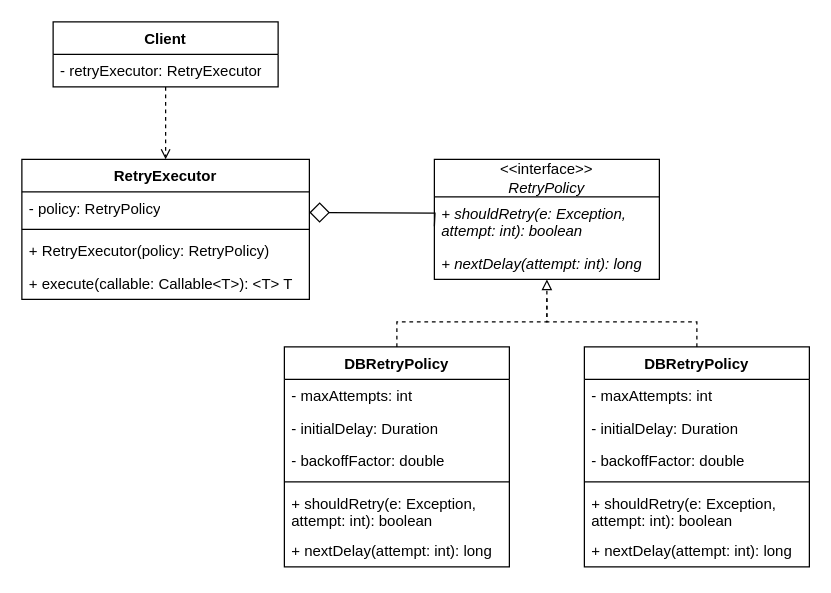
Earlier version of the draw.io diagram Paper/drawio/retryClassDiagramm.drawio (murfei/FaultTolerantJobProcessing). Source tidied: cells renumbered, new cells numbered last; positions are measured from the earlier drawing's top-left corner, leaving out a move shared by most shapes. Both pictures are drawn from the tidied source at 125%, with x=0, y=0 at pixel (21, 21).
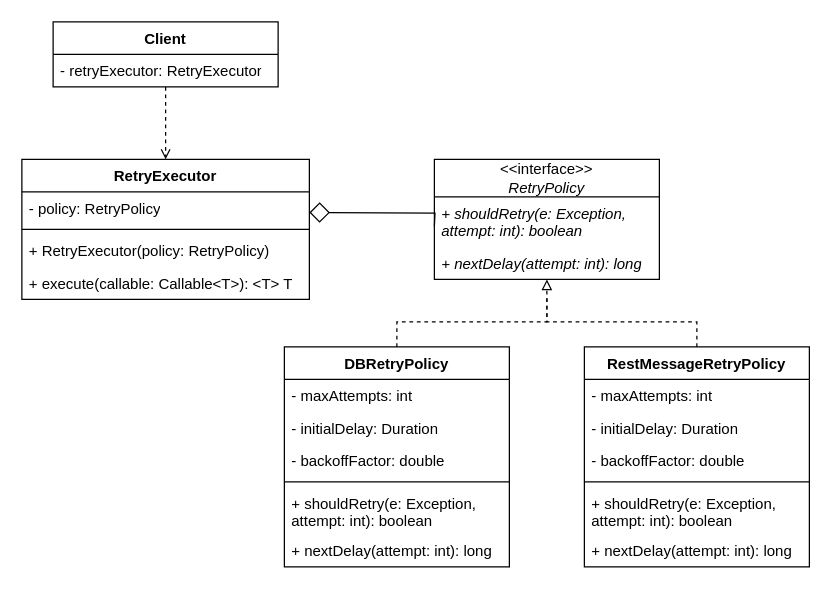
The same diagram, later.

Change to the diagram source:
```diff
@@
-    <mxCell id="22" value="DBRetryPolicy" style="swimlane;fontStyle=1;align=center;verticalAlign=top;horizontal=1;startSize=26;whiteSpace=wrap;html=1;" parent="1" vertex="1">
+    <mxCell id="22" value="RestMessageRetryPolicy" style="swimlane;fontStyle=1;align=center;verticalAlign=top;horizontal=1;startSize=26;whiteSpace=wrap;html=1;" parent="1" vertex="1">
       <mxGeometry x="450" y="260" width="180" height="176" as="geometry" />
     </mxCell>
```
